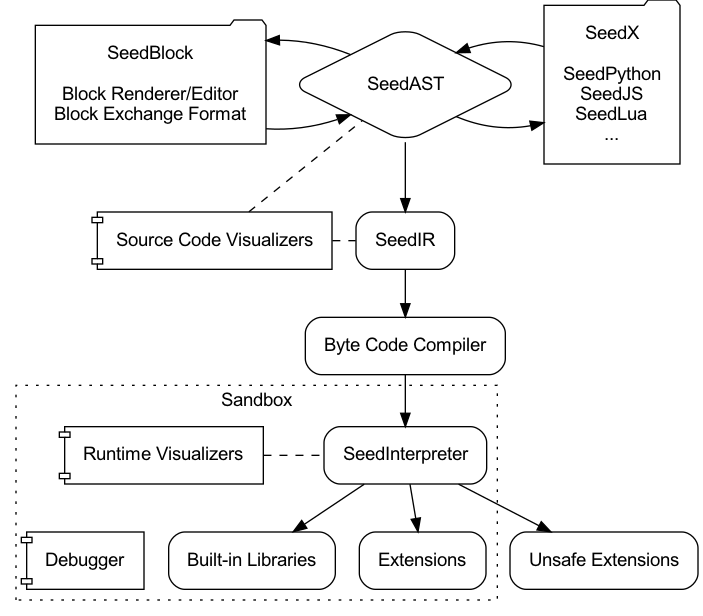
SeedV/SeedLang keeps this Graphviz diagram as design/overview.png. Above is the earlier version. Its source is kept beside it as design/overview.gv. The source it was exported from:
```dot

strict digraph SeedLang {

    compound = true
    concentrate = true
    newrank = true
    fontname = "Arial"

    node [
        fontname = "Arial"
        margin = 0.2
        shape = box
        style = rounded
    ]

    SeedBlock [
        label = "SeedBlock\n\nBlock Renderer/Editor\nBlock Exchange Format"
        shape = folder
    ]
    SeedAST [ shape = diamond ]
    SeedX [
        label = "SeedX\n\nSeedPython\nSeedJS\nSeedLua\n..."
        shape = folder
    ]
    { rank=same SeedBlock SeedAST SeedX }

    SourceCodeVisualizers [
        label = "Source Code Visualizers"
        shape = component
    ]
    SeedIR []
    { rank=same SourceCodeVisualizers SeedIR }

    BytecodeCompiler [ label = "Byte Code Compiler" ]

    SeedInterpreter []
    RuntimeVisualizers [
        label = "Runtime Visualizers"
        shape = component
    ]
    { rank=same SeedInterpreter RuntimeVisualizers }

    Libraries [ label = "Built-in Libraries" ]
    Extensions []
    Debugger [ shape = component ]
    { rank=same Libraries Extensions Debugger }

    Unsafe [ label = "Unsafe Extensions" ]

    SeedBlock -> SeedAST
    SeedAST -> SeedBlock
    SeedAST -> SeedX
    SeedX -> SeedAST
    SeedAST -> SeedIR
    SeedIR -> BytecodeCompiler -> SeedInterpreter

    SourceCodeVisualizers -> SeedAST [
        constraint = false
        style = dashed
        arrowhead = none
    ]
    SourceCodeVisualizers -> SeedIR [
        constraint = true
        style = dashed
        arrowhead = none
    ]
    RuntimeVisualizers -> SeedInterpreter [
        constraint = false
        style = dashed
        arrowhead = none
    ]

    subgraph cluster_Sandbox {
        label = "Sandbox"
        shape = folder
        style = dotted

        RuntimeVisualizers
        Debugger

        SeedInterpreter -> Libraries
        SeedInterpreter -> Extensions
    }

    SeedInterpreter -> Unsafe

}
```
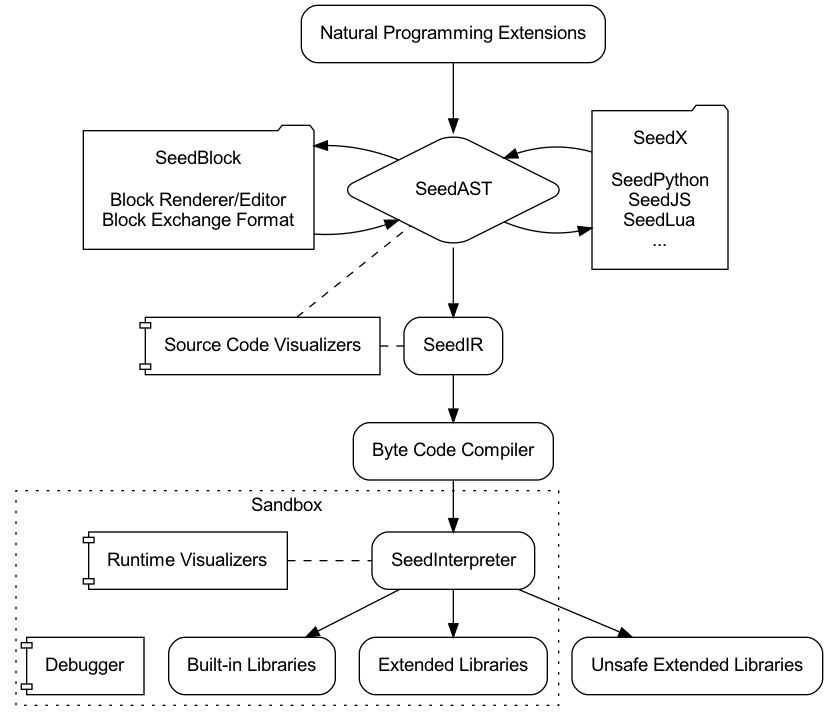
The same file after the commit.

Commit message:
Update the overview design

- Clarify the goal and the priorities of SeedLang
- Add a node and its description for Natural Programming Extensions
- Clarify among different extensions
- Trivial update on the worlding

What changed in the source:
```diff
@@ -12,6 +12,8 @@
         shape = box
         style = rounded
     ]
+
+    NaturalProgrammingExtensions [ label = "Natural Programming Extensions" ]
 
     SeedBlock [
         label = "SeedBlock\n\nBlock Renderer/Editor\nBlock Exchange Format"
@@ -41,16 +43,18 @@
     { rank=same SeedInterpreter RuntimeVisualizers }
 
     Libraries [ label = "Built-in Libraries" ]
-    Extensions []
+    ExtendedLibraries [ label = "Extended Libraries" ]
     Debugger [ shape = component ]
-    { rank=same Libraries Extensions Debugger }
+    { rank=same Libraries ExtendedLibraries Debugger }
 
-    Unsafe [ label = "Unsafe Extensions" ]
+    Unsafe [ label = "Unsafe Extended Libraries" ]
+
+    NaturalProgrammingExtensions -> SeedAST
 
     SeedBlock -> SeedAST
-    SeedAST -> SeedBlock
+    SeedAST -> SeedBlock [constraint = false]
     SeedAST -> SeedX
-    SeedX -> SeedAST
+    SeedX -> SeedAST [constraint = false]
     SeedAST -> SeedIR
     SeedIR -> BytecodeCompiler -> SeedInterpreter
 
@@ -79,7 +83,7 @@
         Debugger
 
         SeedInterpreter -> Libraries
-        SeedInterpreter -> Extensions
+        SeedInterpreter -> ExtendedLibraries
     }
 
     SeedInterpreter -> Unsafe
```
